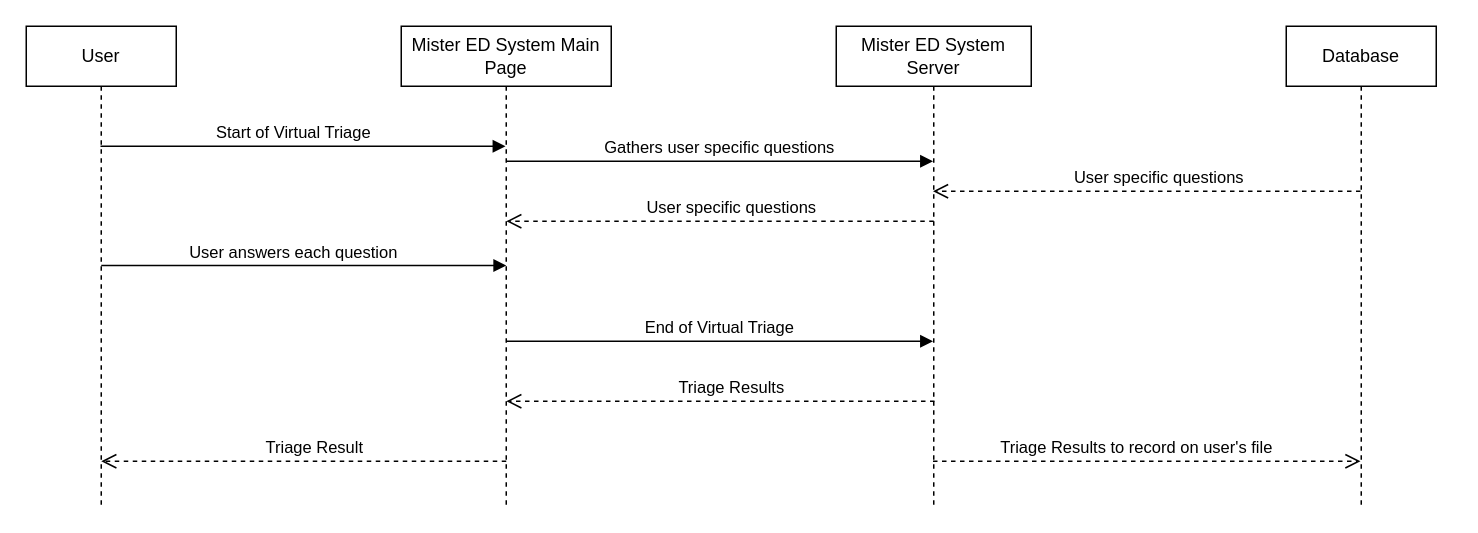
Above: Untitled Diagram.drawio in uvic-teach/project-m1-team8 (draw.io), before the change. Source tidied: cells renumbered, new cells numbered last; positions are measured from the earlier drawing's top-left corner, leaving out a move shared by most shapes. Both pictures are drawn from the tidied source at 150%, with x=0, y=0 at pixel (26, 26).
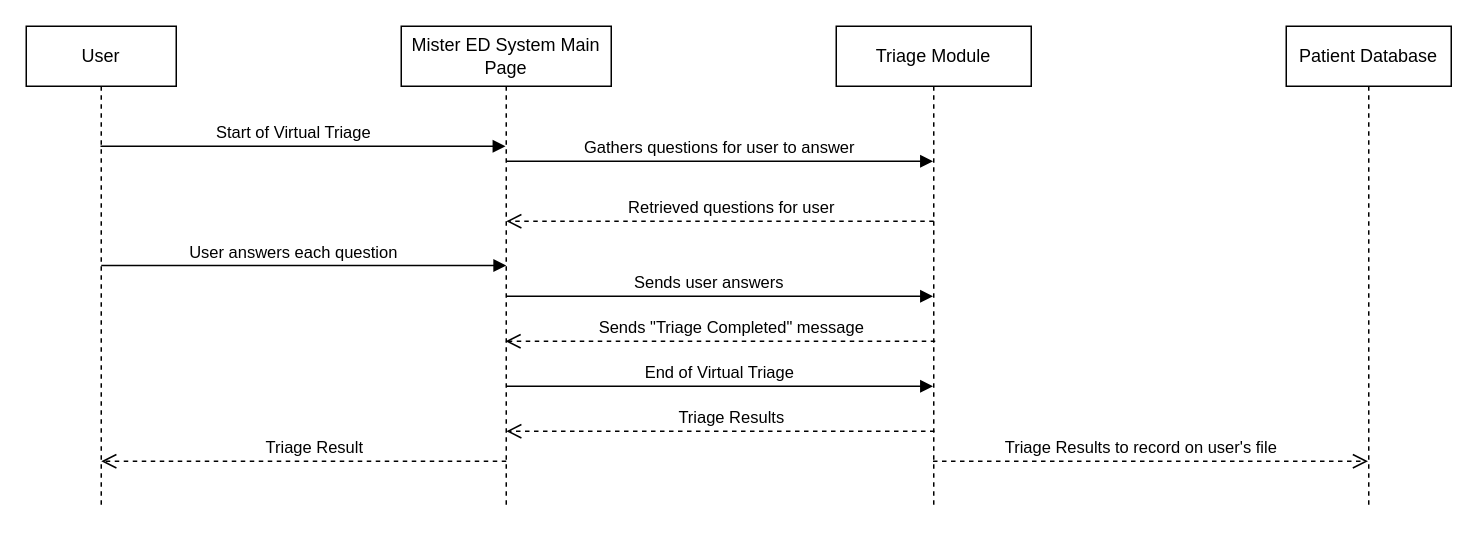
After the change.

Diff of the diagram source:
```diff
@@
-    <mxCell id="2" value="Triage Results to record on user's file" style="html=1;verticalAlign=bottom;endArrow=open;dashed=1;endSize=8;edgeStyle=elbowEdgeStyle;elbow=vertical;curved=0;rounded=0;" parent="1" edge="1">
+    <mxCell id="2" value="Triage Results to record on user's file" style="html=1;verticalAlign=bottom;endArrow=open;dashed=1;endSize=8;edgeStyle=elbowEdgeStyle;elbow=vertical;curved=0;rounded=0;" parent="1" edge="1" target="6">
       <mxGeometry x="-0.05" relative="1" as="geometry">
         <mxPoint x="604.5" y="290" as="sourcePoint" />
-        <mxPoint x="889.5" y="290" as="targetPoint" />
         <Array as="points">
           <mxPoint x="760" y="290" />
           <mxPoint x="383.5" y="250" />
         </Array>
       </mxGeometry>
     </mxCell>
@@
-    <mxCell id="4" value="Mister ED System Server" style="shape=umlLifeline;perimeter=lifelinePerimeter;whiteSpace=wrap;html=1;outlineConnect=0;portConstraint=eastwest;newEdgeStyle={&quot;edgeStyle&quot;:&quot;elbowEdgeStyle&quot;,&quot;elbow&quot;:&quot;vertical&quot;,&quot;curved&quot;:0,&quot;rounded&quot;:0};" parent="1" vertex="1">
+    <mxCell id="4" value="Triage Module" style="shape=umlLifeline;perimeter=lifelinePerimeter;whiteSpace=wrap;html=1;outlineConnect=0;portConstraint=eastwest;newEdgeStyle={&quot;edgeStyle&quot;:&quot;elbowEdgeStyle&quot;,&quot;elbow&quot;:&quot;vertical&quot;,&quot;curved&quot;:0,&quot;rounded&quot;:0};" parent="1" vertex="1">
       <mxGeometry x="540" width="130" height="320" as="geometry" />
     </mxCell>
@@
-    <mxCell id="6" value="Database" style="shape=umlLifeline;perimeter=lifelinePerimeter;whiteSpace=wrap;html=1;outlineConnect=0;portConstraint=eastwest;newEdgeStyle={&quot;edgeStyle&quot;:&quot;elbowEdgeStyle&quot;,&quot;elbow&quot;:&quot;vertical&quot;,&quot;curved&quot;:0,&quot;rounded&quot;:0};" parent="1" vertex="1">
-      <mxGeometry x="840" width="100" height="320" as="geometry" />
+    <mxCell id="6" value="Patient Database" style="shape=umlLifeline;perimeter=lifelinePerimeter;whiteSpace=wrap;html=1;outlineConnect=0;portConstraint=eastwest;newEdgeStyle={&quot;edgeStyle&quot;:&quot;elbowEdgeStyle&quot;,&quot;elbow&quot;:&quot;vertical&quot;,&quot;curved&quot;:0,&quot;rounded&quot;:0};" parent="1" vertex="1">
+      <mxGeometry x="840" width="110" height="320" as="geometry" />
     </mxCell>
-    <mxCell id="7" value="Gathers user specific questions" style="html=1;verticalAlign=bottom;endArrow=block;edgeStyle=elbowEdgeStyle;elbow=vertical;curved=0;rounded=0;" parent="1" edge="1">
+    <mxCell id="7" value="Gathers questions for user to answer" style="html=1;verticalAlign=bottom;endArrow=block;edgeStyle=elbowEdgeStyle;elbow=vertical;curved=0;rounded=0;" parent="1" edge="1">
       <mxGeometry x="0.19" relative="1" as="geometry">
         <mxPoint x="391.5" y="90" as="sourcePoint" />
         <mxPoint x="604.5" y="90" as="targetPoint" />
         <Array as="points">
           <mxPoint x="320" y="90" />
         </Array>
         <mxPoint x="1" as="offset" />
       </mxGeometry>
     </mxCell>
     <mxCell id="8" value="Triage Results" style="html=1;verticalAlign=bottom;endArrow=open;dashed=1;endSize=8;edgeStyle=elbowEdgeStyle;elbow=vertical;curved=0;rounded=0;" parent="1" edge="1">
       <mxGeometry x="-0.05" relative="1" as="geometry">
-        <mxPoint x="605.5" y="250" as="sourcePoint" />
-        <mxPoint x="320" y="250" as="targetPoint" />
+        <mxPoint x="605.5" y="270" as="sourcePoint" />
+        <mxPoint x="320" y="270" as="targetPoint" />
         <Array as="points">
-          <mxPoint x="500.5" y="250" />
+          <mxPoint x="500.5" y="270" />
         </Array>
       </mxGeometry>
     </mxCell>
@@
-    <mxCell id="11" value="User specific questions" style="html=1;verticalAlign=bottom;endArrow=open;dashed=1;endSize=8;edgeStyle=elbowEdgeStyle;elbow=vertical;curved=0;rounded=0;" parent="1" edge="1">
-      <mxGeometry x="-0.05" relative="1" as="geometry">
-        <mxPoint x="889.5" y="110" as="sourcePoint" />
-        <mxPoint x="604.5" y="110" as="targetPoint" />
-        <Array as="points">
-          <mxPoint x="780.5" y="110" />
-        </Array>
-      </mxGeometry>
-    </mxCell>
     <mxCell id="12" value="End of Virtual Triage" style="html=1;verticalAlign=bottom;endArrow=block;edgeStyle=elbowEdgeStyle;elbow=vertical;curved=0;rounded=0;" parent="1" edge="1">
       <mxGeometry x="0.19" relative="1" as="geometry">
-        <mxPoint x="391.5" y="210" as="sourcePoint" />
-        <mxPoint x="604.5" y="210" as="targetPoint" />
+        <mxPoint x="391.5" y="240" as="sourcePoint" />
+        <mxPoint x="604.5" y="240" as="targetPoint" />
         <Array as="points">
-          <mxPoint x="320" y="210" />
+          <mxPoint x="320" y="240" />
         </Array>
         <mxPoint x="1" as="offset" />
       </mxGeometry>
     </mxCell>
-    <mxCell id="13" value="User specific questions" style="html=1;verticalAlign=bottom;endArrow=open;dashed=1;endSize=8;edgeStyle=elbowEdgeStyle;elbow=vertical;curved=0;rounded=0;" parent="1" edge="1">
+    <mxCell id="13" value="Retrieved questions for user" style="html=1;verticalAlign=bottom;endArrow=open;dashed=1;endSize=8;edgeStyle=elbowEdgeStyle;elbow=vertical;curved=0;rounded=0;" parent="1" edge="1">
       <mxGeometry x="-0.05" relative="1" as="geometry">
         <mxPoint x="605" y="130" as="sourcePoint" />
         <mxPoint x="320" y="130" as="targetPoint" />
         <Array as="points">
           <mxPoint x="496" y="130" />
         </Array>
       </mxGeometry>
     </mxCell>
@@
+    <mxCell id="15" value="Sends user answers" style="html=1;verticalAlign=bottom;endArrow=block;edgeStyle=elbowEdgeStyle;elbow=vertical;curved=0;rounded=0;" parent="1" edge="1" target="4">
+      <mxGeometry x="-0.05" relative="1" as="geometry">
+        <mxPoint x="320" y="180" as="sourcePoint" />
+        <Array as="points">
+          <mxPoint x="420.5" y="180" />
+        </Array>
+      </mxGeometry>
+    </mxCell>
+    <mxCell id="16" value="Sends &quot;Triage Completed&quot; message" style="html=1;verticalAlign=bottom;endArrow=open;dashed=1;endSize=8;edgeStyle=elbowEdgeStyle;elbow=vertical;curved=0;rounded=0;" parent="1" edge="1">
+      <mxGeometry x="-0.05" relative="1" as="geometry">
+        <mxPoint x="606" y="210" as="sourcePoint" />
+        <mxPoint x="319.5" y="210" as="targetPoint" />
+        <Array as="points">
+          <mxPoint x="501" y="210" />
+        </Array>
+      </mxGeometry>
+    </mxCell>
```
